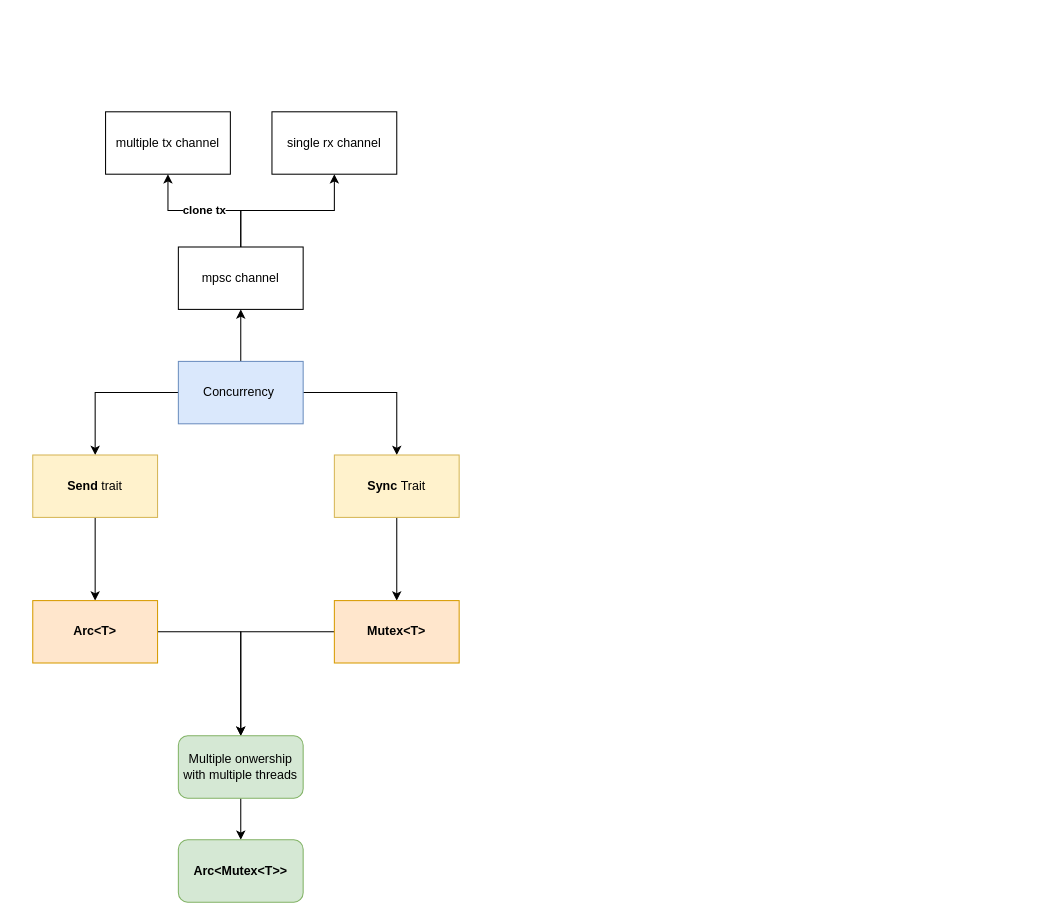
gftea/rust_lang_notes keeps this draw.io diagram as page "Threads" (6 of 6) of advanced.drawio. Above is the earlier version. Source tidied: cells renumbered, new cells numbered last; positions are measured from the earlier drawing's top-left corner, leaving out a move shared by most shapes. Both pictures are drawn from the tidied source at 104%, with x=0, y=0 at pixel (32, 111).
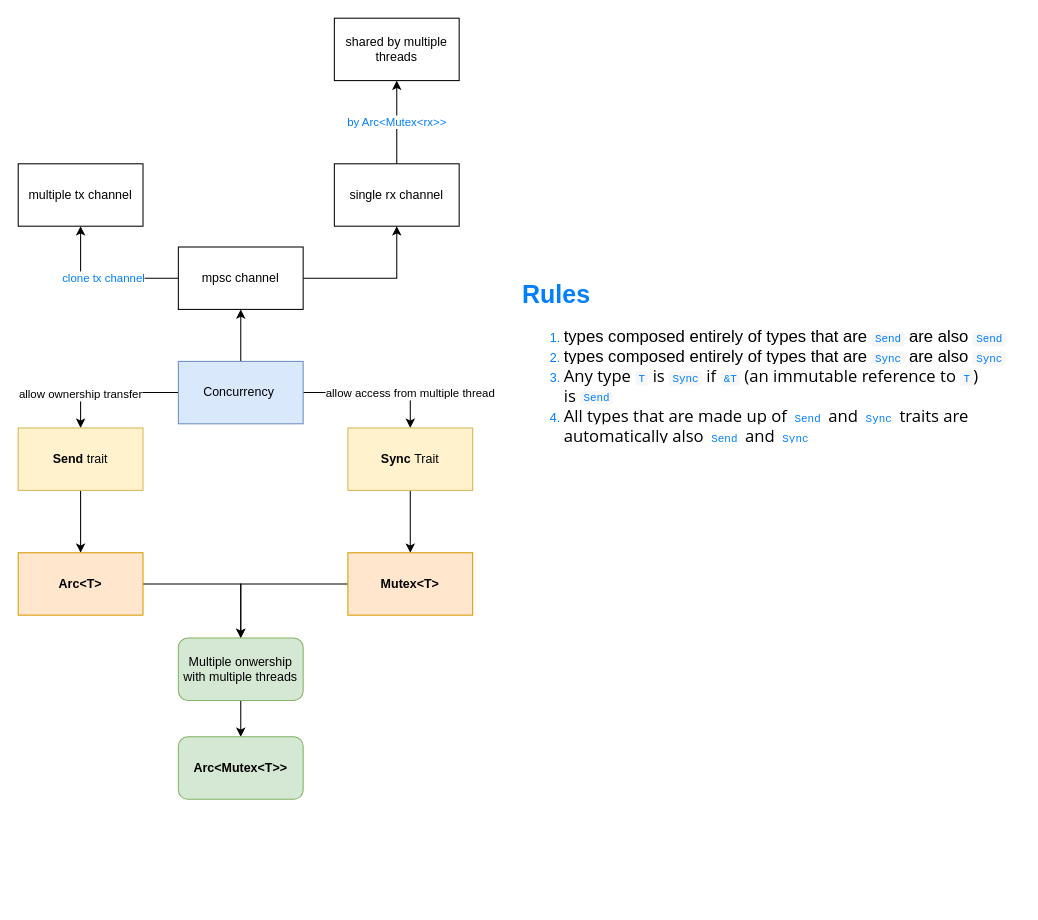
After the change.

The change refers to these unchanged cells:
```xml
<mxCell id="5" value="Concurrency&amp;nbsp;" style="rounded=0;whiteSpace=wrap;html=1;fillColor=#dae8fc;strokeColor=#6c8ebf;" parent="1" vertex="1">
  <mxGeometry x="140" y="240" width="120" height="60" as="geometry" />
</mxCell>
<mxCell id="18" value="mpsc channel" style="whiteSpace=wrap;html=1;rounded=0;" parent="1" vertex="1">
  <mxGeometry x="140" y="130" width="120" height="60" as="geometry" />
</mxCell>
```

Diff of the diagram source:
```diff
@@
-    <mxCell id="2" style="edgeStyle=orthogonalEdgeStyle;rounded=0;jettySize=auto;html=1;" parent="1" edge="1" source="5" target="7">
-      <mxGeometry relative="1" as="geometry" />
+    <mxCell id="2" value="allow ownership transfer" style="edgeStyle=orthogonalEdgeStyle;rounded=0;jettySize=auto;html=1;" parent="1" edge="1" source="5" target="7">
+      <mxGeometry x="0.5" relative="1" as="geometry" />
     </mxCell>
-    <mxCell id="3" style="edgeStyle=orthogonalEdgeStyle;rounded=0;jettySize=auto;html=1;" parent="1" edge="1" source="5" target="9">
-      <mxGeometry relative="1" as="geometry" />
+    <mxCell id="3" value="allow access from multiple thread" style="edgeStyle=orthogonalEdgeStyle;rounded=0;jettySize=auto;html=1;" parent="1" edge="1" source="5" target="9">
+      <mxGeometry x="0.52" relative="1" as="geometry" />
     </mxCell>
@@
     <mxCell id="7" value="&lt;b&gt;Send &lt;/b&gt;trait" style="whiteSpace=wrap;html=1;rounded=0;fillColor=#fff2cc;strokeColor=#d6b656;" parent="1" vertex="1">
-      <mxGeometry y="330" width="120" height="60" as="geometry" />
+      <mxGeometry x="-14" y="304" width="120" height="60" as="geometry" />
     </mxCell>
@@
     <mxCell id="9" value="&lt;b&gt;Sync &lt;/b&gt;Trait" style="rounded=0;whiteSpace=wrap;html=1;fillColor=#fff2cc;strokeColor=#d6b656;" parent="1" vertex="1">
-      <mxGeometry x="290" y="330" width="120" height="60" as="geometry" />
+      <mxGeometry x="303" y="304" width="120" height="60" as="geometry" />
     </mxCell>
@@
     <mxCell id="11" value="&lt;b&gt;Arc&amp;lt;T&amp;gt;&lt;/b&gt;" style="whiteSpace=wrap;html=1;rounded=0;fillColor=#ffe6cc;strokeColor=#d79b00;" parent="1" vertex="1">
-      <mxGeometry y="470" width="120" height="60" as="geometry" />
+      <mxGeometry x="-14" y="424" width="120" height="60" as="geometry" />
     </mxCell>
@@
     <mxCell id="13" value="&lt;b&gt;Mutex&amp;lt;T&amp;gt;&lt;/b&gt;" style="rounded=0;whiteSpace=wrap;html=1;fillColor=#ffe6cc;strokeColor=#d79b00;" parent="1" vertex="1">
-      <mxGeometry x="290" y="470" width="120" height="60" as="geometry" />
+      <mxGeometry x="303" y="424" width="120" height="60" as="geometry" />
     </mxCell>
@@
     <mxCell id="15" value="Multiple onwership with multiple threads" style="rounded=1;whiteSpace=wrap;html=1;fillColor=#d5e8d4;strokeColor=#82b366;" parent="1" vertex="1">
-      <mxGeometry x="140" y="600" width="120" height="60" as="geometry" />
+      <mxGeometry x="140" y="506" width="120" height="60" as="geometry" />
     </mxCell>
-    <mxCell id="16" value="&lt;b&gt;clone tx&lt;/b&gt;" style="edgeStyle=orthogonalEdgeStyle;rounded=0;jettySize=auto;html=1;" parent="1" edge="1" source="18" target="19">
+    <mxCell id="16" value="&lt;font color=&quot;#007fff&quot;&gt;clone tx channel&lt;/font&gt;" style="edgeStyle=orthogonalEdgeStyle;rounded=0;jettySize=auto;html=1;" parent="1" edge="1" source="18" target="19">
       <mxGeometry relative="1" as="geometry" />
     </mxCell>
@@
     <mxCell id="19" value="multiple tx channel" style="whiteSpace=wrap;html=1;rounded=0;" parent="1" vertex="1">
-      <mxGeometry x="70" width="120" height="60" as="geometry" />
+      <mxGeometry x="-14" y="50" width="120" height="60" as="geometry" />
     </mxCell>
+    <mxCell id="22" value="by Arc&amp;lt;Mutex&amp;lt;rx&amp;gt;&amp;gt;" style="edgeStyle=orthogonalEdgeStyle;rounded=0;jettySize=auto;html=1;fontColor=#007FFF;" parent="1" edge="1" source="20" target="24">
+      <mxGeometry relative="1" as="geometry" />
+    </mxCell>
     <mxCell id="20" value="single rx channel" style="whiteSpace=wrap;html=1;rounded=0;" parent="1" vertex="1">
-      <mxGeometry x="230" width="120" height="60" as="geometry" />
+      <mxGeometry x="290" y="50" width="120" height="60" as="geometry" />
     </mxCell>
     <mxCell id="21" value="&lt;b&gt;Arc&amp;lt;Mutex&amp;lt;T&amp;gt;&amp;gt;&lt;/b&gt;" style="rounded=1;whiteSpace=wrap;html=1;fillColor=#d5e8d4;strokeColor=#82b366;" parent="1" vertex="1">
-      <mxGeometry x="140" y="700" width="120" height="60" as="geometry" />
+      <mxGeometry x="140" y="601" width="120" height="60" as="geometry" />
     </mxCell>
+    <mxCell id="23" value="&lt;h1&gt;Rules&lt;/h1&gt;&lt;p&gt;&lt;/p&gt;&lt;p&gt;&lt;/p&gt;&lt;p&gt;&lt;/p&gt;&lt;ol&gt;&lt;li&gt;&lt;span style=&quot;color: rgb(0, 0, 0); font-size: 16px; background-color: rgb(255, 255, 255);&quot;&gt;types composed entirely of types that are&amp;nbsp;&lt;/span&gt;&lt;code style=&quot;color: var(--inline-code-color); font-size: 0.875em; display: inline; overflow-x: initial; background: rgb(246, 247, 246); padding: 0.1em 0.3em; border-radius: 3px;&quot; class=&quot;hljs&quot;&gt;Send&lt;/code&gt;&lt;span style=&quot;color: rgb(0, 0, 0); background-color: rgb(255, 255, 255); font-size: 16px;&quot;&gt;&amp;nbsp;are also&amp;nbsp;&lt;/span&gt;&lt;code style=&quot;color: var(--inline-code-color); font-size: 0.875em; display: inline; overflow-x: initial; background: rgb(246, 247, 246); padding: 0.1em 0.3em; border-radius: 3px;&quot; class=&quot;hljs&quot;&gt;Send&lt;/code&gt;&lt;/li&gt;&lt;li&gt;&lt;span style=&quot;color: rgb(0, 0, 0); font-size: 16px; background-color: rgb(255, 255, 255);&quot;&gt;types composed entirely of types that are&amp;nbsp;&lt;/span&gt;&lt;code style=&quot;color: var(--inline-code-color); font-size: 0.875em; display: inline; overflow-x: initial; background: rgb(246, 247, 246); padding: 0.1em 0.3em; border-radius: 3px;&quot; class=&quot;hljs&quot;&gt;Sync&lt;/code&gt;&lt;span style=&quot;color: rgb(0, 0, 0); font-size: 16px; background-color: rgb(255, 255, 255);&quot;&gt;&amp;nbsp;are also&amp;nbsp;&lt;/span&gt;&lt;code style=&quot;color: var(--inline-code-color); font-size: 0.875em; display: inline; overflow-x: initial; background: rgb(246, 247, 246); padding: 0.1em 0.3em; border-radius: 3px;&quot; class=&quot;hljs&quot;&gt;Sync&lt;/code&gt;&lt;/li&gt;&lt;li&gt;&lt;span style=&quot;background-color: rgb(255, 255, 255); color: rgb(0, 0, 0); font-family: &amp;quot;Open Sans&amp;quot;, sans-serif; font-size: 16px;&quot;&gt;Any type&amp;nbsp;&lt;/span&gt;&lt;code style=&quot;color: var(--inline-code-color); font-size: 0.875em; display: inline; overflow-x: initial; background: rgb(246, 247, 246); padding: 0.1em 0.3em; border-radius: 3px; font-family: &amp;quot;Source Code Pro&amp;quot;, Consolas, &amp;quot;Ubuntu Mono&amp;quot;, Menlo, &amp;quot;DejaVu Sans Mono&amp;quot;, monospace, monospace !important;&quot; class=&quot;hljs&quot;&gt;T&lt;/code&gt;&lt;span style=&quot;background-color: rgb(255, 255, 255); color: rgb(0, 0, 0); font-family: &amp;quot;Open Sans&amp;quot;, sans-serif; font-size: 16px;&quot;&gt;&amp;nbsp;&lt;/span&gt;&lt;span style=&quot;background-color: rgb(255, 255, 255); color: rgb(0, 0, 0); font-family: &amp;quot;Open Sans&amp;quot;, sans-serif; font-size: 16px;&quot;&gt;is&lt;/span&gt;&lt;span style=&quot;background-color: rgb(255, 255, 255); color: rgb(0, 0, 0); font-family: &amp;quot;Open Sans&amp;quot;, sans-serif; font-size: 16px;&quot;&gt;&amp;nbsp;&lt;/span&gt;&lt;code style=&quot;color: var(--inline-code-color); font-size: 0.875em; display: inline; overflow-x: initial; background: rgb(246, 247, 246); padding: 0.1em 0.3em; border-radius: 3px; font-family: &amp;quot;Source Code Pro&amp;quot;, Consolas, &amp;quot;Ubuntu Mono&amp;quot;, Menlo, &amp;quot;DejaVu Sans Mono&amp;quot;, monospace, monospace !important;&quot; class=&quot;hljs&quot;&gt;Sync&lt;/code&gt;&lt;span style=&quot;background-color: rgb(255, 255, 255); color: rgb(0, 0, 0); font-family: &amp;quot;Open Sans&amp;quot;, sans-serif; font-size: 16px;&quot;&gt;&amp;nbsp;&lt;/span&gt;&lt;span style=&quot;background-color: rgb(255, 255, 255); color: rgb(0, 0, 0); font-family: &amp;quot;Open Sans&amp;quot;, sans-serif; font-size: 16px;&quot;&gt;if&lt;/span&gt;&lt;span style=&quot;background-color: rgb(255, 255, 255); color: rgb(0, 0, 0); font-family: &amp;quot;Open Sans&amp;quot;, sans-serif; font-size: 16px;&quot;&gt;&amp;nbsp;&lt;/span&gt;&lt;code style=&quot;color: var(--inline-code-color); font-size: 0.875em; display: inline; overflow-x: initial; background: rgb(246, 247, 246); padding: 0.1em 0.3em; border-radius: 3px; font-family: &amp;quot;Source Code Pro&amp;quot;, Consolas, &amp;quot;Ubuntu Mono&amp;quot;, Menlo, &amp;quot;DejaVu Sans Mono&amp;quot;, monospace, monospace !important;&quot; class=&quot;hljs&quot;&gt;&amp;amp;T&lt;/code&gt;&lt;span style=&quot;background-color: rgb(255, 255, 255); color: rgb(0, 0, 0); font-family: &amp;quot;Open Sans&amp;quot;, sans-serif; font-size: 16px;&quot;&gt;&amp;nbsp;&lt;/span&gt;&lt;span style=&quot;background-color: rgb(255, 255, 255); color: rgb(0, 0, 0); font-family: &amp;quot;Open Sans&amp;quot;, sans-serif; font-size: 16px;&quot;&gt;(an immutable reference to&lt;/span&gt;&lt;span style=&quot;background-color: rgb(255, 255, 255); color: rgb(0, 0, 0); font-family: &amp;quot;Open Sans&amp;quot;, sans-serif; font-size: 16px;&quot;&gt;&amp;nbsp;&lt;/span&gt;&lt;code style=&quot;color: var(--inline-code-color); font-size: 0.875em; display: inline; overflow-x: initial; background: rgb(246, 247, 246); padding: 0.1em 0.3em; border-radius: 3px; font-family: &amp;quot;Source Code Pro&amp;quot;, Consolas, &amp;quot;Ubuntu Mono&amp;quot;, Menlo, &amp;quot;DejaVu Sans Mono&amp;quot;, monospace, monospace !important;&quot; class=&quot;hljs&quot;&gt;T&lt;/code&gt;&lt;span style=&quot;background-color: rgb(255, 255, 255); color: rgb(0, 0, 0); font-family: &amp;quot;Open Sans&amp;quot;, sans-serif; font-size: 16px;&quot;&gt;) is&lt;/span&gt;&lt;span style=&quot;background-color: rgb(255, 255, 255); color: rgb(0, 0, 0); font-family: &amp;quot;Open Sans&amp;quot;, sans-serif; font-size: 16px;&quot;&gt;&amp;nbsp;&lt;/span&gt;&lt;code style=&quot;color: var(--inline-code-color); font-size: 0.875em; display: inline; overflow-x: initial; background: rgb(246, 247, 246); padding: 0.1em 0.3em; border-radius: 3px; font-family: &amp;quot;Source Code Pro&amp;quot;, Consolas, &amp;quot;Ubuntu Mono&amp;quot;, Menlo, &amp;quot;DejaVu Sans Mono&amp;quot;, monospace, monospace !important;&quot; class=&quot;hljs&quot;&gt;Send&lt;/code&gt;&lt;/li&gt;&lt;li&gt;&lt;span style=&quot;color: rgb(0, 0, 0); font-family: &amp;quot;Open Sans&amp;quot;, sans-serif; font-size: 16px; background-color: rgb(255, 255, 255);&quot;&gt;All types that are made up of&amp;nbsp;&lt;/span&gt;&lt;code style=&quot;background: initial; color: var(--inline-code-color); font-size: 0.875em; display: inline; overflow-x: initial; padding: 0.1em 0.3em; border-radius: 3px; font-family: &amp;quot;Source Code Pro&amp;quot;, Consolas, &amp;quot;Ubuntu Mono&amp;quot;, Menlo, &amp;quot;DejaVu Sans Mono&amp;quot;, monospace, monospace !important;&quot; class=&quot;hljs&quot;&gt;Send&lt;/code&gt;&lt;span style=&quot;color: rgb(0, 0, 0); font-family: &amp;quot;Open Sans&amp;quot;, sans-serif; font-size: 16px; background-color: rgb(255, 255, 255);&quot;&gt;&amp;nbsp;and&amp;nbsp;&lt;/span&gt;&lt;code style=&quot;background: initial; color: var(--inline-code-color); font-size: 0.875em; display: inline; overflow-x: initial; padding: 0.1em 0.3em; border-radius: 3px; font-family: &amp;quot;Source Code Pro&amp;quot;, Consolas, &amp;quot;Ubuntu Mono&amp;quot;, Menlo, &amp;quot;DejaVu Sans Mono&amp;quot;, monospace, monospace !important;&quot; class=&quot;hljs&quot;&gt;Sync&lt;/code&gt;&lt;span style=&quot;color: rgb(0, 0, 0); font-family: &amp;quot;Open Sans&amp;quot;, sans-serif; font-size: 16px; background-color: rgb(255, 255, 255);&quot;&gt;&amp;nbsp;traits are automatically also&amp;nbsp;&lt;/span&gt;&lt;code style=&quot;background: initial; color: var(--inline-code-color); font-size: 0.875em; display: inline; overflow-x: initial; padding: 0.1em 0.3em; border-radius: 3px; font-family: &amp;quot;Source Code Pro&amp;quot;, Consolas, &amp;quot;Ubuntu Mono&amp;quot;, Menlo, &amp;quot;DejaVu Sans Mono&amp;quot;, monospace, monospace !important;&quot; class=&quot;hljs&quot;&gt;Send&lt;/code&gt;&lt;span style=&quot;color: rgb(0, 0, 0); font-family: &amp;quot;Open Sans&amp;quot;, sans-serif; font-size: 16px; background-color: rgb(255, 255, 255);&quot;&gt;&amp;nbsp;and&amp;nbsp;&lt;/span&gt;&lt;code style=&quot;background: initial; color: var(--inline-code-color); font-size: 0.875em; display: inline; overflow-x: initial; padding: 0.1em 0.3em; border-radius: 3px; font-family: &amp;quot;Source Code Pro&amp;quot;, Consolas, &amp;quot;Ubuntu Mono&amp;quot;, Menlo, &amp;quot;DejaVu Sans Mono&amp;quot;, monospace, monospace !important;&quot; class=&quot;hljs&quot;&gt;Sync&lt;/code&gt;&lt;/li&gt;&lt;/ol&gt;&lt;p&gt;&lt;/p&gt;&lt;ol&gt;&lt;p&gt;&lt;/p&gt;&lt;/ol&gt;" style="text;html=1;strokeColor=none;fillColor=none;spacing=5;spacingTop=-20;whiteSpace=wrap;overflow=hidden;rounded=0;fontColor=#007FFF;" parent="1" vertex="1">
+      <mxGeometry x="466" y="156" width="483" height="163" as="geometry" />
+    </mxCell>
+    <mxCell id="24" value="shared by multiple threads" style="whiteSpace=wrap;html=1;rounded=0;" parent="1" vertex="1">
+      <mxGeometry x="290" y="-90" width="120" height="60" as="geometry" />
+    </mxCell>
```
